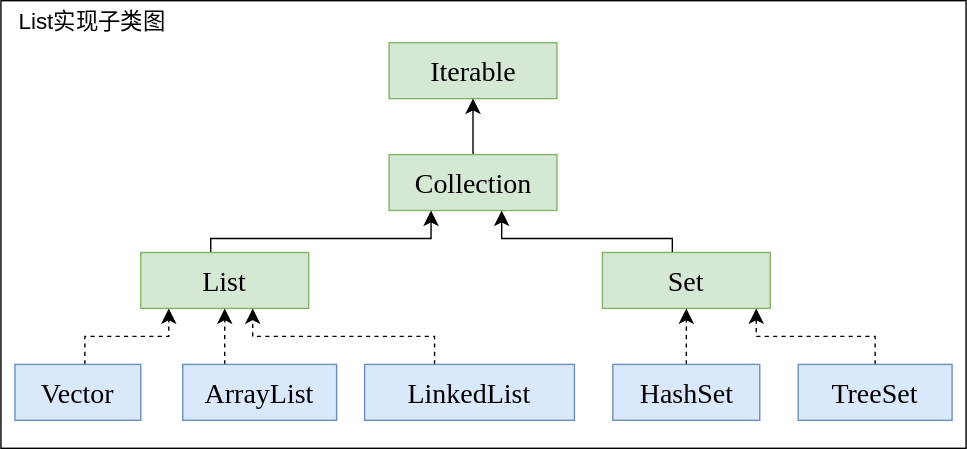
Before: drawio/ListMind.svg, a diagram exported from draw.io (Stolorzs/Picgo). Source tidied: cells renumbered, new cells last; positions are measured from the earlier drawing's top-left corner, leaving out a move shared by most shapes.
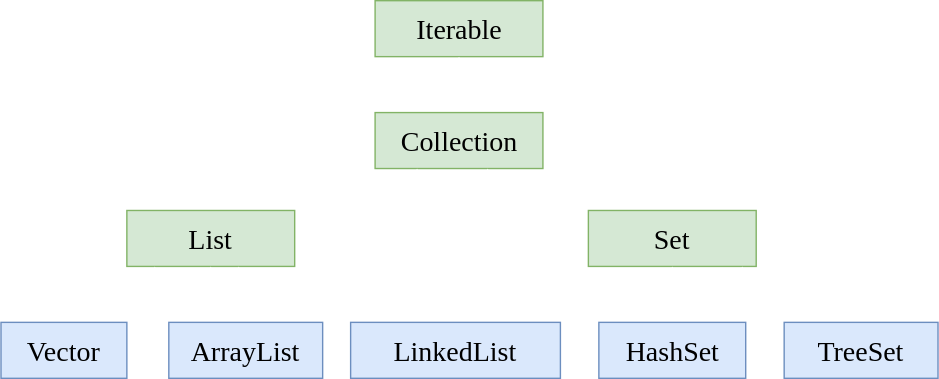
The same diagram one commit later.

Diff of the diagram source:
```diff
@@ -2,19 +2,16 @@
   <root>
     <mxCell id="0" />
     <mxCell id="1" parent="0" />
-    <mxCell id="2" style="whiteSpace=wrap;html=1;" parent="1" vertex="1">
-      <mxGeometry width="690" height="320" as="geometry" />
-    </mxCell>
     <mxCell id="3" value="&lt;font face=&quot;Times New Roman&quot; style=&quot;font-size: 20px;&quot;&gt;Iterable&lt;/font&gt;" style="rounded=0;whiteSpace=wrap;html=1;fillColor=#d5e8d4;strokeColor=#82b366;fontStyle=0;fontSize=20;" parent="1" vertex="1">
       <mxGeometry x="277.5" y="30" width="120" height="40" as="geometry" />
     </mxCell>
-    <mxCell id="4" style="edgeStyle=orthogonalEdgeStyle;rounded=0;jettySize=auto;html=1;entryX=0.5;entryY=1;entryDx=0;entryDy=0;fontSize=12;startSize=8;endSize=8;" parent="1" edge="1" source="5" target="3">
+    <mxCell id="4" style="edgeStyle=orthogonalEdgeStyle;rounded=0;jettySize=auto;html=1;entryX=0.5;entryY=1;entryDx=0;entryDy=0;fontSize=12;startSize=8;endSize=8;strokeColor=#FFFFFF;" parent="1" edge="1" source="5" target="3">
       <mxGeometry relative="1" as="geometry" />
     </mxCell>
     <mxCell id="5" value="&lt;font face=&quot;Times New Roman&quot; style=&quot;font-size: 20px;&quot;&gt;Collection&lt;/font&gt;" style="rounded=0;whiteSpace=wrap;html=1;fillColor=#d5e8d4;strokeColor=#82b366;fontStyle=0;fontSize=20;" parent="1" vertex="1">
       <mxGeometry x="277.5" y="110" width="120" height="40" as="geometry" />
     </mxCell>
-    <mxCell id="6" style="edgeStyle=orthogonalEdgeStyle;rounded=0;jettySize=auto;html=1;fontSize=12;startSize=8;endSize=8;strokeColor=default;align=center;verticalAlign=middle;fontFamily=Helvetica;fontColor=default;labelBackgroundColor=default;endArrow=classic;entryX=0.25;entryY=1;entryDx=0;entryDy=0;" parent="1" edge="1" target="5">
+    <mxCell id="6" style="edgeStyle=orthogonalEdgeStyle;rounded=0;jettySize=auto;html=1;fontSize=12;startSize=8;endSize=8;strokeColor=#FFFFFF;align=center;verticalAlign=middle;fontFamily=Helvetica;fontColor=default;labelBackgroundColor=default;endArrow=classic;entryX=0.25;entryY=1;entryDx=0;entryDy=0;" parent="1" edge="1" target="5">
       <mxGeometry relative="1" as="geometry">
         <mxPoint x="150" y="190" as="sourcePoint" />
         <Array as="points">
@@ -26,7 +23,7 @@
     <mxCell id="7" value="&lt;font face=&quot;Times New Roman&quot; style=&quot;font-size: 20px;&quot;&gt;List&lt;/font&gt;" style="rounded=0;whiteSpace=wrap;html=1;fillColor=#d5e8d4;strokeColor=#82b366;fontStyle=0;fontSize=20;" parent="1" vertex="1">
       <mxGeometry x="100" y="180" width="120" height="40" as="geometry" />
     </mxCell>
-    <mxCell id="8" style="edgeStyle=orthogonalEdgeStyle;rounded=0;jettySize=auto;html=1;fontSize=12;startSize=8;endSize=8;" parent="1" edge="1" source="9" target="5">
+    <mxCell id="8" style="edgeStyle=orthogonalEdgeStyle;rounded=0;jettySize=auto;html=1;fontSize=12;startSize=8;endSize=8;strokeColor=#FFFFFF;" parent="1" edge="1" source="9" target="5">
       <mxGeometry relative="1" as="geometry">
         <Array as="points">
           <mxPoint x="480" y="170" />
@@ -37,7 +34,7 @@
     <mxCell id="9" value="&lt;font face=&quot;Times New Roman&quot;&gt;Set&lt;/font&gt;" style="rounded=0;whiteSpace=wrap;html=1;fillColor=#d5e8d4;strokeColor=#82b366;fontStyle=0;fontSize=20;" parent="1" vertex="1">
       <mxGeometry x="430" y="180" width="120" height="40" as="geometry" />
     </mxCell>
-    <mxCell id="10" style="edgeStyle=orthogonalEdgeStyle;rounded=0;jettySize=auto;html=1;fontSize=12;startSize=8;endSize=8;dashed=1;strokeColor=default;align=center;verticalAlign=middle;fontFamily=Helvetica;fontColor=default;labelBackgroundColor=default;endArrow=classic;" parent="1" edge="1" source="11">
+    <mxCell id="10" style="edgeStyle=orthogonalEdgeStyle;rounded=0;jettySize=auto;html=1;fontSize=12;startSize=8;endSize=8;dashed=1;strokeColor=#FFFFFF;align=center;verticalAlign=middle;fontFamily=Helvetica;fontColor=default;labelBackgroundColor=default;endArrow=classic;" parent="1" edge="1" source="11">
       <mxGeometry relative="1" as="geometry">
         <mxPoint x="120" y="220" as="targetPoint" />
         <Array as="points">
@@ -50,7 +47,7 @@
     <mxCell id="11" value="&lt;span style=&quot;font-family: &amp;quot;Times New Roman&amp;quot;;&quot;&gt;Vector&lt;/span&gt;" style="rounded=0;whiteSpace=wrap;html=1;fillColor=#dae8fc;strokeColor=#6c8ebf;fontStyle=0;fontSize=20;" parent="1" vertex="1">
       <mxGeometry x="10" y="260" width="90" height="40" as="geometry" />
     </mxCell>
-    <mxCell id="12" style="edgeStyle=orthogonalEdgeStyle;rounded=0;jettySize=auto;html=1;fontSize=12;startSize=8;endSize=8;dashed=1;strokeColor=default;align=center;verticalAlign=middle;fontFamily=Helvetica;fontColor=default;labelBackgroundColor=default;endArrow=classic;" parent="1" edge="1" source="13" target="7">
+    <mxCell id="12" style="edgeStyle=orthogonalEdgeStyle;rounded=0;jettySize=auto;html=1;fontSize=12;startSize=8;endSize=8;dashed=1;strokeColor=#FFFFFF;align=center;verticalAlign=middle;fontFamily=Helvetica;fontColor=default;labelBackgroundColor=default;endArrow=classic;" parent="1" edge="1" source="13" target="7">
       <mxGeometry relative="1" as="geometry">
         <Array as="points">
           <mxPoint x="160" y="250" />
@@ -61,7 +58,7 @@
     <mxCell id="13" value="&lt;span style=&quot;font-family: &amp;quot;Times New Roman&amp;quot;;&quot;&gt;ArrayList&lt;/span&gt;" style="rounded=0;whiteSpace=wrap;html=1;fillColor=#dae8fc;strokeColor=#6c8ebf;fontStyle=0;fontSize=20;" parent="1" vertex="1">
       <mxGeometry x="130" y="260" width="110" height="40" as="geometry" />
     </mxCell>
-    <mxCell id="14" style="edgeStyle=orthogonalEdgeStyle;rounded=0;jettySize=auto;html=1;fontSize=12;startSize=8;endSize=8;dashed=1;strokeColor=default;align=center;verticalAlign=middle;fontFamily=Helvetica;fontColor=default;labelBackgroundColor=default;endArrow=classic;" parent="1" edge="1" source="15">
+    <mxCell id="14" style="edgeStyle=orthogonalEdgeStyle;rounded=0;jettySize=auto;html=1;fontSize=12;startSize=8;endSize=8;dashed=1;strokeColor=#FFFFFF;align=center;verticalAlign=middle;fontFamily=Helvetica;fontColor=default;labelBackgroundColor=default;endArrow=classic;" parent="1" edge="1" source="15">
       <mxGeometry relative="1" as="geometry">
         <mxPoint x="180" y="220" as="targetPoint" />
         <Array as="points">
@@ -74,13 +71,13 @@
     <mxCell id="15" value="&lt;font face=&quot;Times New Roman&quot; style=&quot;font-size: 20px;&quot;&gt;LinkedList&lt;/font&gt;" style="rounded=0;whiteSpace=wrap;html=1;fillColor=#dae8fc;strokeColor=#6c8ebf;fontStyle=0;fontSize=20;" parent="1" vertex="1">
       <mxGeometry x="260" y="260" width="150" height="40" as="geometry" />
     </mxCell>
-    <mxCell id="16" style="edgeStyle=orthogonalEdgeStyle;rounded=0;jettySize=auto;html=1;fontSize=12;startSize=8;endSize=8;dashed=1;strokeColor=default;align=center;verticalAlign=middle;fontFamily=Helvetica;fontColor=default;labelBackgroundColor=default;endArrow=classic;" parent="1" edge="1" source="17" target="9">
+    <mxCell id="16" style="edgeStyle=orthogonalEdgeStyle;rounded=0;jettySize=auto;html=1;fontSize=12;startSize=8;endSize=8;dashed=1;strokeColor=#FFFFFF;align=center;verticalAlign=middle;fontFamily=Helvetica;fontColor=default;labelBackgroundColor=default;endArrow=classic;" parent="1" edge="1" source="17" target="9">
       <mxGeometry relative="1" as="geometry" />
     </mxCell>
     <mxCell id="17" value="&lt;font face=&quot;Times New Roman&quot; style=&quot;font-size: 20px;&quot;&gt;HashSet&lt;/font&gt;" style="rounded=0;whiteSpace=wrap;html=1;fillColor=#dae8fc;strokeColor=#6c8ebf;fontStyle=0;fontSize=20;" parent="1" vertex="1">
       <mxGeometry x="437.5" y="260" width="105" height="40" as="geometry" />
     </mxCell>
-    <mxCell id="18" style="edgeStyle=orthogonalEdgeStyle;rounded=0;jettySize=auto;html=1;fontSize=12;startSize=8;endSize=8;dashed=1;strokeColor=default;align=center;verticalAlign=middle;fontFamily=Helvetica;fontColor=default;labelBackgroundColor=default;endArrow=classic;" parent="1" edge="1" source="19">
+    <mxCell id="18" style="edgeStyle=orthogonalEdgeStyle;rounded=0;jettySize=auto;html=1;fontSize=12;startSize=8;endSize=8;dashed=1;strokeColor=#FFFFFF;align=center;verticalAlign=middle;fontFamily=Helvetica;fontColor=default;labelBackgroundColor=default;endArrow=classic;" parent="1" edge="1" source="19">
       <mxGeometry relative="1" as="geometry">
         <mxPoint x="540" y="220" as="targetPoint" />
         <Array as="points">
@@ -92,8 +89,5 @@
     <mxCell id="19" value="&lt;font face=&quot;Times New Roman&quot; style=&quot;font-size: 20px;&quot;&gt;TreeSet&lt;/font&gt;" style="rounded=0;whiteSpace=wrap;html=1;fillColor=#dae8fc;strokeColor=#6c8ebf;fontStyle=0;fontSize=20;" parent="1" vertex="1">
       <mxGeometry x="570" y="260" width="110" height="40" as="geometry" />
     </mxCell>
-    <mxCell id="20" value="List实现子类图" style="text;html=1;align=center;verticalAlign=middle;strokeColor=none;fillColor=none;fontSize=16;" parent="1" vertex="1">
-      <mxGeometry width="130" height="30" as="geometry" />
-    </mxCell>
   </root>
 </mxGraphModel>
```
